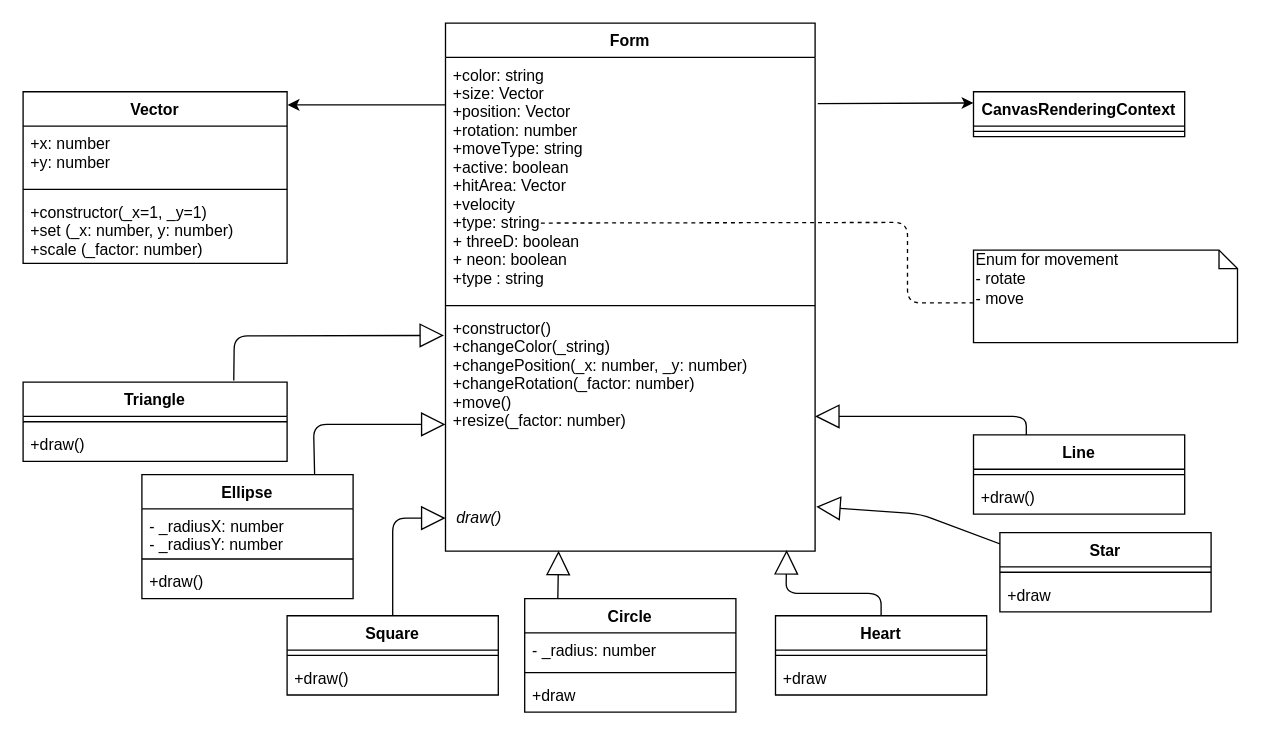
Above: page "ClassDiagram" (2 of 7) of Endabgabe/Konzeption/Konzeption.drawio in KohlerAl/EIA2 (draw.io), before the change. Source tidied: cells renumbered, new cells numbered last; positions are measured from the earlier drawing's top-left corner, leaving out a move shared by most shapes. Both pictures are drawn from the tidied source at 132%, with x=0, y=0 at pixel (22, 22).
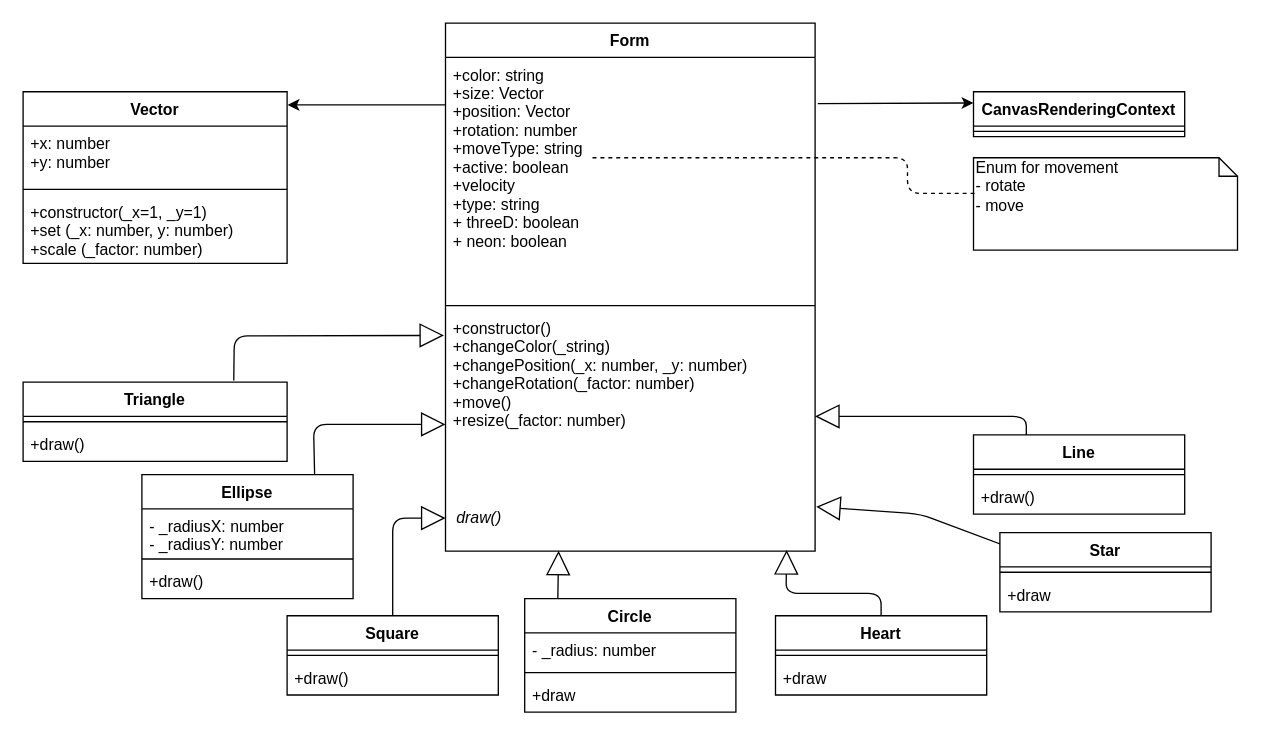
The same page after the edit.

The change refers to these unchanged cells:
```xml
<mxCell id="19" value="Form" style="swimlane;fontStyle=1;align=center;verticalAlign=top;horizontal=1;startSize=26;" parent="1" vertex="1">
  <mxGeometry x="320" width="280" height="400" as="geometry" />
</mxCell>
```

What changed in the source:
```diff
@@
     <mxCell id="6" value="Enum for movement&lt;br&gt;- rotate&lt;br&gt;- move" style="shape=note;whiteSpace=wrap;html=1;size=14;verticalAlign=top;align=left;spacingTop=-6;" parent="1" vertex="1">
-      <mxGeometry x="720" y="172" width="200" height="70" as="geometry" />
+      <mxGeometry x="720" y="102" width="200" height="70" as="geometry" />
     </mxCell>
-    <mxCell id="7" style="endArrow=none;dashed=1;html=1;entryX=0.25;entryY=0.682;entryDx=0;entryDy=0;entryPerimeter=0;" parent="1" edge="1" target="20">
+    <mxCell id="7" style="endArrow=none;dashed=1;html=1;entryX=0.393;entryY=0.413;entryDx=0;entryDy=0;entryPerimeter=0;exitX=0.004;exitY=0.386;exitDx=0;exitDy=0;exitPerimeter=0;" parent="1" edge="1" source="6" target="20">
       <mxGeometry relative="1" as="geometry">
-        <mxPoint x="720" y="212" as="sourcePoint" />
         <Array as="points">
-          <mxPoint x="670" y="212" />
-          <mxPoint x="670" y="151" />
+          <mxPoint x="670" y="129" />
+          <mxPoint x="670" y="102" />
         </Array>
       </mxGeometry>
     </mxCell>
@@
-    <mxCell id="20" value="+color: string&#10;+size: Vector&#10;+position: Vector&#10;+rotation: number&#10;+moveType: string&#10;+active: boolean &#10;+hitArea: Vector&#10;+velocity&#10;+type: string&#10;+ threeD: boolean&#10;+ neon: boolean&#10;+type : string" style="text;strokeColor=none;fillColor=none;align=left;verticalAlign=top;spacingLeft=4;spacingRight=4;overflow=hidden;points=[[0,0.5],[1,0.5]];portConstraint=eastwest;fontStyle=0;horizontal=1;" parent="19" vertex="1">
+    <mxCell id="20" value="+color: string&#10;+size: Vector&#10;+position: Vector&#10;+rotation: number&#10;+moveType: string&#10;+active: boolean &#10;+velocity&#10;+type: string&#10;+ threeD: boolean&#10;+ neon: boolean" style="text;strokeColor=none;fillColor=none;align=left;verticalAlign=top;spacingLeft=4;spacingRight=4;overflow=hidden;points=[[0,0.5],[1,0.5]];portConstraint=eastwest;fontStyle=0;horizontal=1;" parent="19" vertex="1">
       <mxGeometry y="26" width="280" height="184" as="geometry" />
     </mxCell>
```
